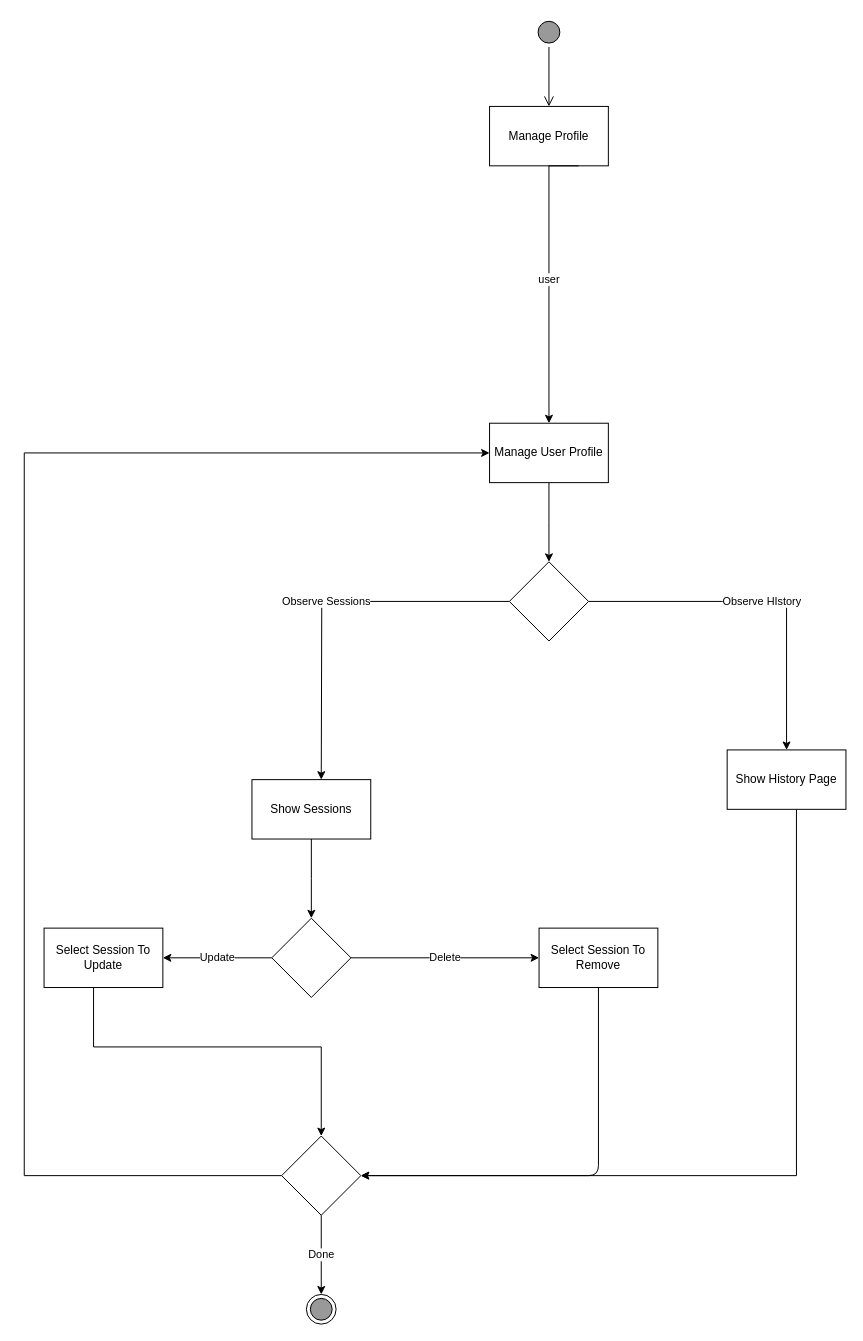
Before: Manage Profile.drawio in mohammadamir98/Sama_sw1, a draw.io diagram. Source tidied: cells renumbered, new cells numbered last; positions are measured from the earlier drawing's top-left corner, leaving out a move shared by most shapes. Both pictures are drawn from the tidied source at 99%, with x=0, y=0 at pixel (24, 17).
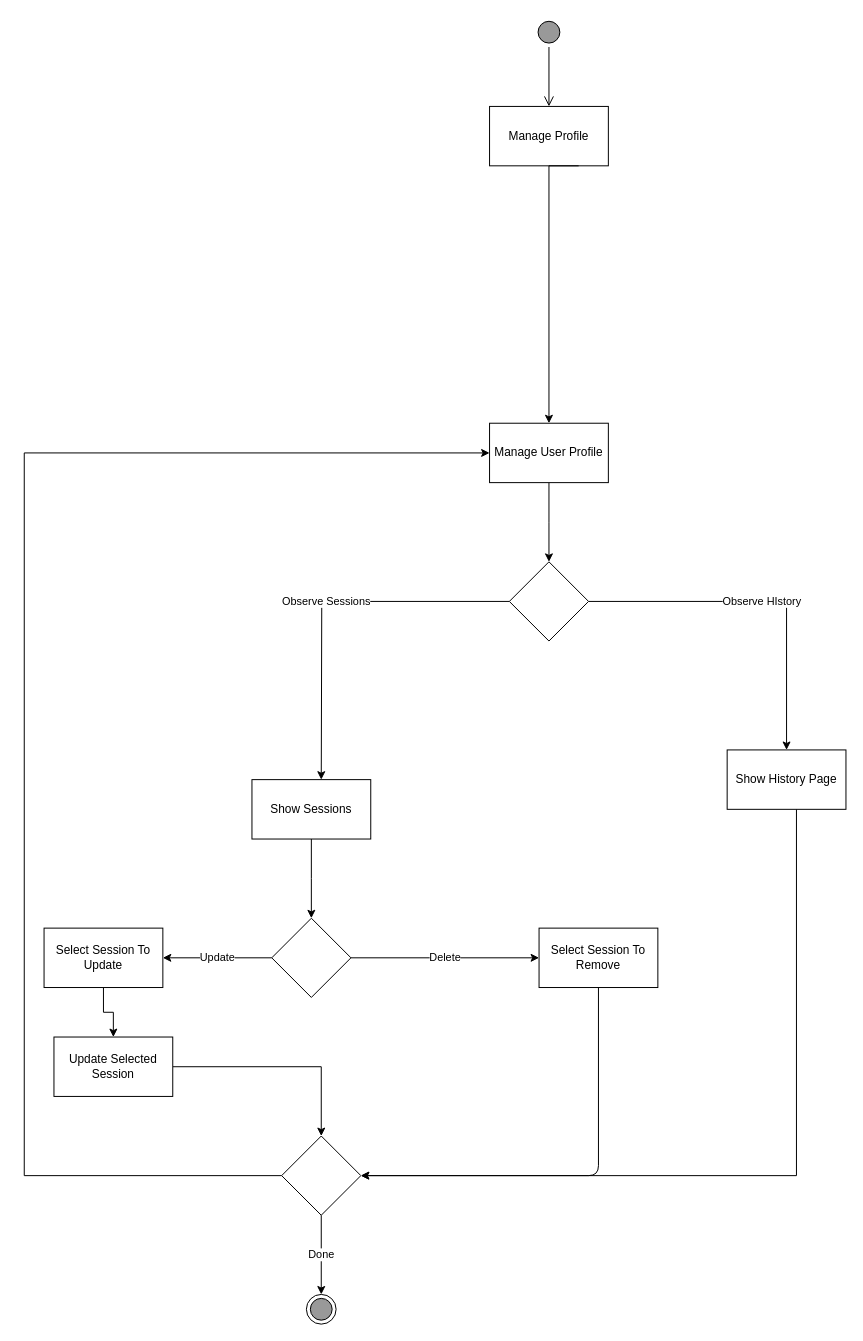
The same page after the edit.

The change refers to these unchanged cells:
```xml
<mxCell id="2" value="Manage Profile" style="rounded=0;whiteSpace=wrap;html=1;" parent="1" vertex="1">
  <mxGeometry x="470" y="90" width="120" height="60" as="geometry" />
</mxCell>
<mxCell id="5" value="Manage User Profile" style="rounded=0;whiteSpace=wrap;html=1;" parent="1" vertex="1">
  <mxGeometry x="470" y="410" width="120" height="60" as="geometry" />
</mxCell>
<mxCell id="18" value="Select Session To Update" style="rounded=0;whiteSpace=wrap;html=1;" parent="1" vertex="1">
  <mxGeometry x="20" y="920" width="120" height="60" as="geometry" />
</mxCell>
<mxCell id="22" style="rhombus;whiteSpace=wrap;html=1;" parent="1" vertex="1">
  <mxGeometry x="260" y="1130" width="80" height="80" as="geometry" />
</mxCell>
```

The edit, as a diff of the source:
```diff
@@
-    <mxCell id="3" value="user" style="edgeStyle=orthogonalEdgeStyle;rounded=0;jettySize=auto;html=1;exitX=0.75;exitY=1;exitDx=0;exitDy=0;entryX=0.5;entryY=0;entryDx=0;entryDy=0;" parent="1" edge="1" source="2" target="5">
+    <mxCell id="3" style="edgeStyle=orthogonalEdgeStyle;rounded=0;jettySize=auto;html=1;exitX=0.75;exitY=1;exitDx=0;exitDy=0;entryX=0.5;entryY=0;entryDx=0;entryDy=0;" parent="1" edge="1" source="2" target="5">
       <mxGeometry relative="1" as="geometry">
         <Array as="points">
           <mxPoint x="530" y="150" />
         </Array>
       </mxGeometry>
     </mxCell>
@@
-    <mxCell id="17" style="edgeStyle=orthogonalEdgeStyle;rounded=0;jettySize=auto;html=1;strokeColor=#000000;entryX=0.5;entryY=0;entryDx=0;entryDy=0;" parent="1" edge="1" source="18" target="22">
-      <mxGeometry relative="1" as="geometry">
-        <Array as="points">
-          <mxPoint x="70" y="1040" />
-          <mxPoint x="300" y="1040" />
-        </Array>
-      </mxGeometry>
-    </mxCell>
+    <mxCell id="26" style="edgeStyle=orthogonalEdgeStyle;rounded=0;jettySize=auto;html=1;strokeColor=#000000;" parent="1" edge="1" source="18" target="28">
+      <mxGeometry relative="1" as="geometry" />
+    </mxCell>
@@
+    <mxCell id="27" style="edgeStyle=orthogonalEdgeStyle;rounded=0;jettySize=auto;html=1;strokeColor=#000000;entryX=0.5;entryY=0;entryDx=0;entryDy=0;" parent="1" edge="1" source="28" target="22">
+      <mxGeometry relative="1" as="geometry" />
+    </mxCell>
+    <mxCell id="28" value="Update Selected Session&lt;br&gt;" style="rounded=0;whiteSpace=wrap;html=1;" parent="1" vertex="1">
+      <mxGeometry x="30" y="1030" width="120" height="60" as="geometry" />
+    </mxCell>
```
